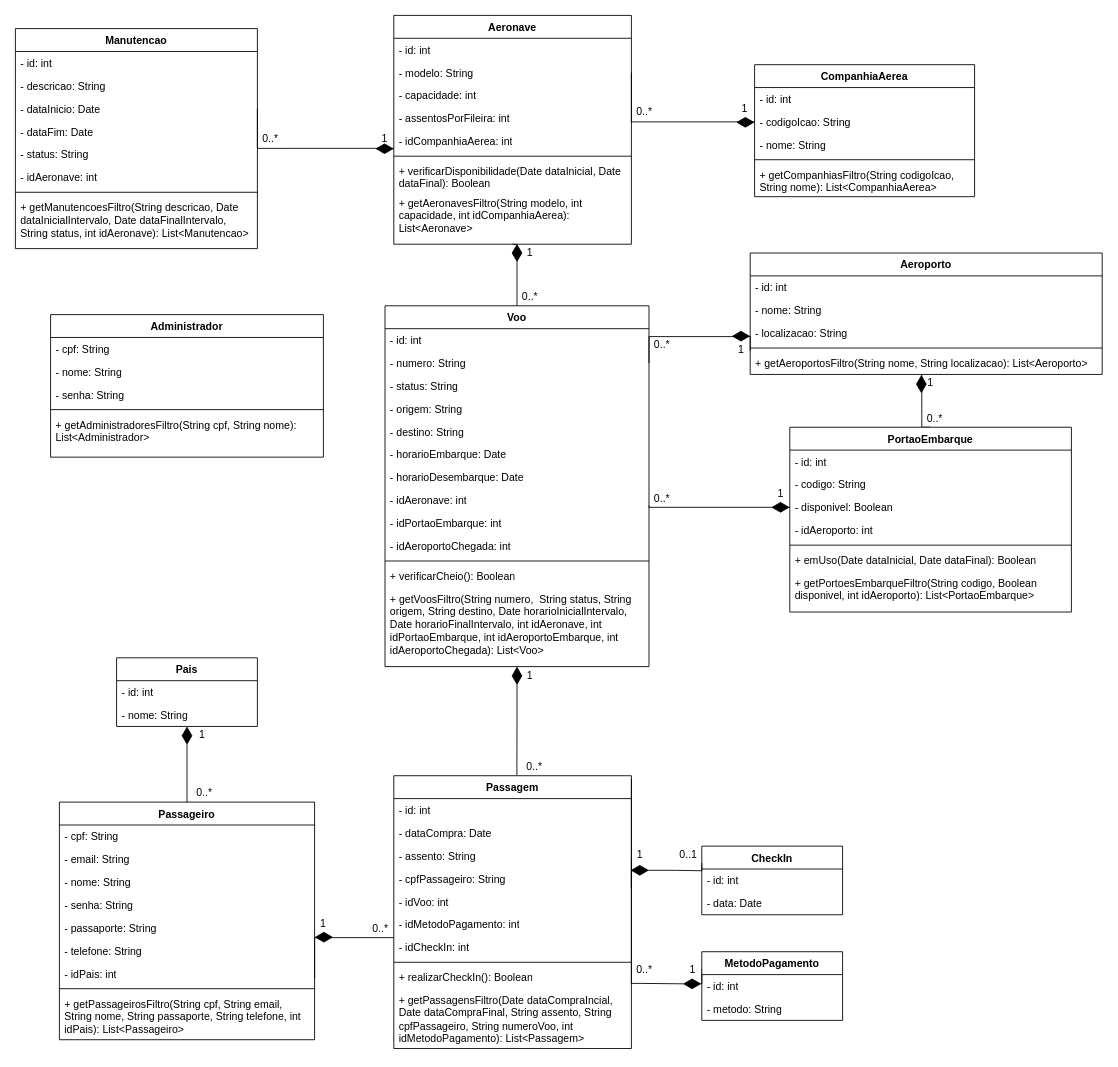
Above: Diagramas/Eng_de_Software/Modelos/Classes.drawio in GabrielGMori/trabalho-conclus-o-ano (draw.io), before the change. Source tidied: cells renumbered, new cells numbered last; positions are measured from the earlier drawing's top-left corner, leaving out a move shared by most shapes. Both pictures are drawn from the tidied source at 88%, with x=0, y=0 at pixel (15, 15).
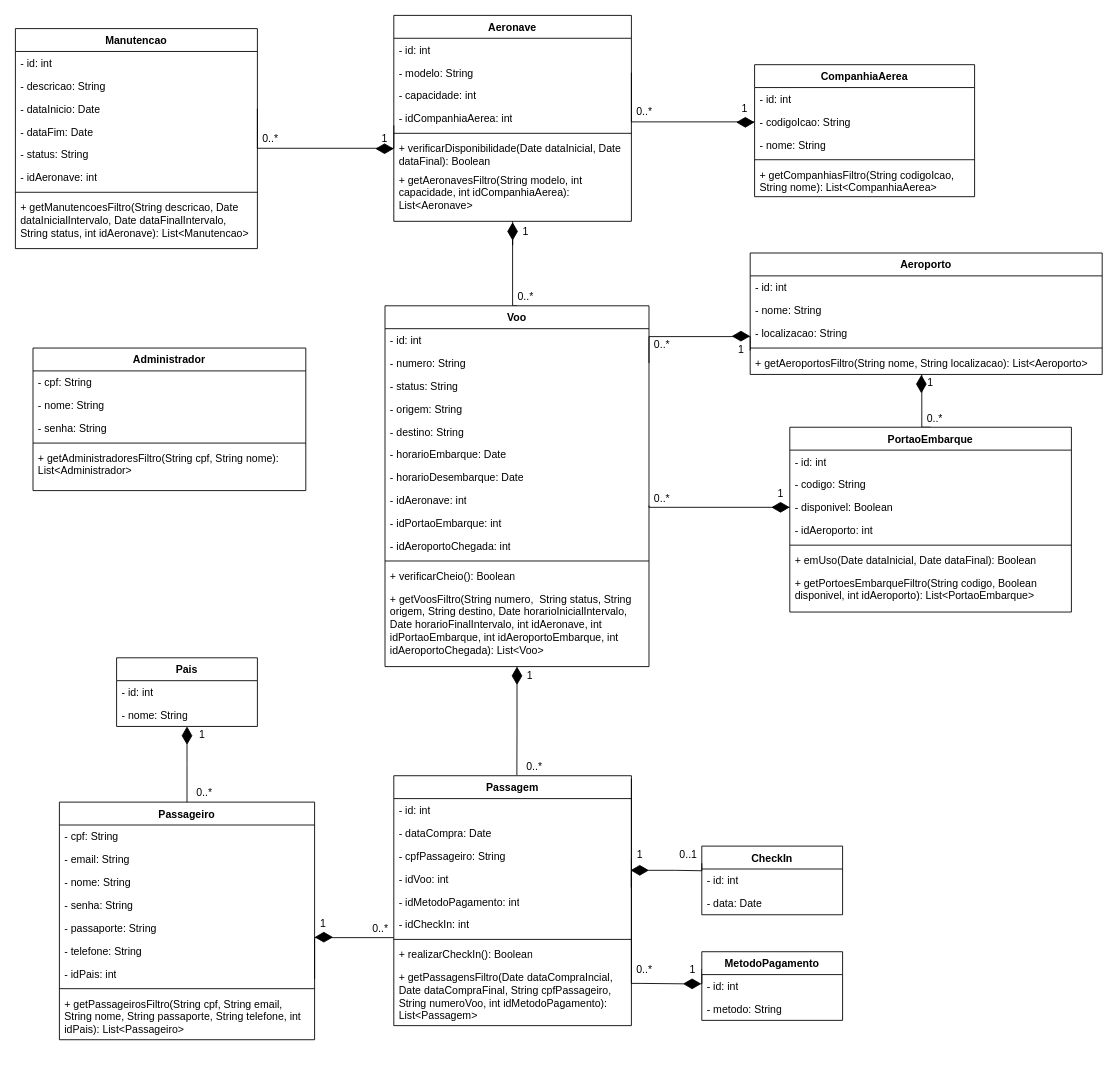
After the change.

The change refers to these unchanged cells:
```xml
<mxCell id="29" value="Voo" style="swimlane;fontStyle=1;align=center;verticalAlign=top;horizontal=1;startSize=26;whiteSpace=wrap;html=1;" parent="1" vertex="1">
  <mxGeometry x="420" y="330" width="300" height="410" as="geometry" />
</mxCell>
```

Diff of the diagram source:
```diff
@@
     <mxCell id="11" style="edgeStyle=orthogonalEdgeStyle;rounded=0;jettySize=auto;html=1;entryX=0.5;entryY=0;entryDx=0;entryDy=0;endArrow=none;endFill=0;startArrow=none;" parent="1" edge="1" source="140" target="29">
-      <mxGeometry relative="1" as="geometry" />
+      <mxGeometry relative="1" as="geometry">
+        <Array as="points">
+          <mxPoint x="565" y="330" />
+        </Array>
+      </mxGeometry>
     </mxCell>
     <mxCell id="12" value="Aeronave" style="swimlane;fontStyle=1;align=center;verticalAlign=top;horizontal=1;startSize=26;whiteSpace=wrap;html=1;" parent="1" vertex="1">
-      <mxGeometry x="430" width="270" height="260" as="geometry" />
+      <mxGeometry x="430" width="270" height="234" as="geometry" />
     </mxCell>
@@
-    <mxCell id="16" value="- assentosPorFileira: int" style="text;strokeColor=none;fillColor=none;align=left;verticalAlign=top;spacingLeft=4;spacingRight=4;overflow=hidden;whiteSpace=wrap;html=1;" parent="12" vertex="1">
-      <mxGeometry y="104" width="270" height="26" as="geometry" />
-    </mxCell>
     <mxCell id="17" value="- idCompanhiaAerea: int" style="text;strokeColor=none;fillColor=none;align=left;verticalAlign=top;spacingLeft=4;spacingRight=4;overflow=hidden;points=[[0,0.5],[1,0.5]];portConstraint=eastwest;whiteSpace=wrap;html=1;" parent="12" vertex="1">
-      <mxGeometry y="130" width="270" height="26" as="geometry" />
+      <mxGeometry y="104" width="270" height="26" as="geometry" />
     </mxCell>
     <mxCell id="18" style="line;strokeWidth=1;fillColor=none;align=left;verticalAlign=middle;spacingTop=-1;spacingLeft=3;spacingRight=3;labelPosition=right;strokeColor=inherit;" parent="12" vertex="1">
-      <mxGeometry y="156" width="270" height="8" as="geometry" />
+      <mxGeometry y="130" width="270" height="8" as="geometry" />
     </mxCell>
     <mxCell id="19" value="+ verificarDisponibilidade(Date dataInicial, Date dataFinal): Boolean" style="text;strokeColor=none;fillColor=none;align=left;verticalAlign=top;spacingLeft=4;spacingRight=4;overflow=hidden;whiteSpace=wrap;html=1;" parent="12" vertex="1">
-      <mxGeometry y="164" width="270" height="36" as="geometry" />
+      <mxGeometry y="138" width="270" height="36" as="geometry" />
     </mxCell>
     <mxCell id="20" value="&lt;div&gt;+ &lt;font&gt;getA&lt;/font&gt;&lt;font&gt;eronavesFiltro&lt;/font&gt;(String modelo, int capacidade, int idCompanhiaAerea): List&amp;lt;Aeronave&amp;gt;&lt;/div&gt;" style="text;strokeColor=none;fillColor=none;align=left;verticalAlign=top;spacingLeft=4;spacingRight=4;overflow=hidden;whiteSpace=wrap;html=1;" parent="12" vertex="1">
-      <mxGeometry y="200" width="270" height="60" as="geometry" />
+      <mxGeometry y="174" width="270" height="60" as="geometry" />
     </mxCell>
@@
     <mxCell id="59" value="Passagem" style="swimlane;fontStyle=1;align=center;verticalAlign=top;horizontal=1;startSize=26;whiteSpace=wrap;html=1;" parent="1" vertex="1">
-      <mxGeometry x="430" y="864" width="270" height="310" as="geometry" />
+      <mxGeometry x="430" y="864" width="270" height="284" as="geometry" />
     </mxCell>
@@
-    <mxCell id="62" value="- assento: String" style="text;strokeColor=none;fillColor=none;align=left;verticalAlign=top;spacingLeft=4;spacingRight=4;overflow=hidden;whiteSpace=wrap;html=1;" parent="59" vertex="1">
-      <mxGeometry y="78" width="270" height="26" as="geometry" />
-    </mxCell>
     <mxCell id="63" value="- cpfPassageiro: String" style="text;strokeColor=none;fillColor=none;align=left;verticalAlign=top;spacingLeft=4;spacingRight=4;overflow=hidden;whiteSpace=wrap;html=1;" parent="59" vertex="1">
-      <mxGeometry y="104" width="270" height="26" as="geometry" />
+      <mxGeometry y="78" width="270" height="26" as="geometry" />
     </mxCell>
     <mxCell id="64" value="- idVoo: int" style="text;strokeColor=none;fillColor=none;align=left;verticalAlign=top;spacingLeft=4;spacingRight=4;overflow=hidden;whiteSpace=wrap;html=1;" parent="59" vertex="1">
-      <mxGeometry y="130" width="270" height="26" as="geometry" />
+      <mxGeometry y="104" width="270" height="26" as="geometry" />
     </mxCell>
     <mxCell id="65" value="- idMetodoPagamento: int" style="text;strokeColor=none;fillColor=none;align=left;verticalAlign=top;spacingLeft=4;spacingRight=4;overflow=hidden;whiteSpace=wrap;html=1;" parent="59" vertex="1">
-      <mxGeometry y="156" width="270" height="26" as="geometry" />
+      <mxGeometry y="130" width="270" height="26" as="geometry" />
     </mxCell>
     <mxCell id="66" value="- idCheckIn: int" style="text;strokeColor=none;fillColor=none;align=left;verticalAlign=top;spacingLeft=4;spacingRight=4;overflow=hidden;whiteSpace=wrap;html=1;" parent="59" vertex="1">
-      <mxGeometry y="182" width="270" height="26" as="geometry" />
+      <mxGeometry y="156" width="270" height="26" as="geometry" />
     </mxCell>
     <mxCell id="67" style="line;strokeWidth=1;fillColor=none;align=left;verticalAlign=middle;spacingTop=-1;spacingLeft=3;spacingRight=3;labelPosition=right;strokeColor=inherit;" parent="59" vertex="1">
-      <mxGeometry y="208" width="270" height="8" as="geometry" />
+      <mxGeometry y="182" width="270" height="8" as="geometry" />
     </mxCell>
     <mxCell id="68" value="+ realizarCheckIn(): Boolean" style="text;strokeColor=none;fillColor=none;align=left;verticalAlign=top;spacingLeft=4;spacingRight=4;overflow=hidden;whiteSpace=wrap;html=1;" parent="59" vertex="1">
-      <mxGeometry y="216" width="270" height="26" as="geometry" />
+      <mxGeometry y="190" width="270" height="26" as="geometry" />
     </mxCell>
-    <mxCell id="69" value="+ getPassagensFiltro(Date dataCompraIncial,&amp;nbsp;&amp;nbsp; Date dataCompraFinal, String assento, String cpfPassageiro, String numeroVoo, int idMetodoPagamento): List&amp;lt;Passagem&amp;gt;" style="text;strokeColor=none;fillColor=none;align=left;verticalAlign=top;spacingLeft=4;spacingRight=4;overflow=hidden;whiteSpace=wrap;html=1;" parent="59" vertex="1">
-      <mxGeometry y="242" width="270" height="68" as="geometry" />
+    <mxCell id="69" value="+ getPassagensFiltro(Date dataCompraIncial,&amp;nbsp;&amp;nbsp; Date dataCompraFinal, String cpfPassageiro, String numeroVoo, int idMetodoPagamento): List&amp;lt;Passagem&amp;gt;" style="text;strokeColor=none;fillColor=none;align=left;verticalAlign=top;spacingLeft=4;spacingRight=4;overflow=hidden;whiteSpace=wrap;html=1;" parent="59" vertex="1">
+      <mxGeometry y="216" width="270" height="68" as="geometry" />
     </mxCell>
@@
     <mxCell id="76" value="Administrador" style="swimlane;fontStyle=1;align=center;verticalAlign=top;horizontal=1;startSize=26;whiteSpace=wrap;html=1;" parent="1" vertex="1">
-      <mxGeometry x="40" y="340" width="310" height="162" as="geometry" />
+      <mxGeometry x="20" y="378" width="310" height="162" as="geometry" />
     </mxCell>
@@
     <mxCell id="105" value="1" style="text;html=1;align=center;verticalAlign=middle;whiteSpace=wrap;rounded=0;" parent="1" vertex="1">
-      <mxGeometry x="575" y="260" width="20" height="20" as="geometry" />
+      <mxGeometry x="570" y="235.5" width="20" height="20" as="geometry" />
     </mxCell>
@@
     <mxCell id="107" value="0..*" style="text;html=1;align=center;verticalAlign=middle;whiteSpace=wrap;rounded=0;" parent="1" vertex="1">
-      <mxGeometry x="570" y="310" width="30" height="20" as="geometry" />
+      <mxGeometry x="565" y="310" width="30" height="20" as="geometry" />
     </mxCell>
@@
     <mxCell id="140" style="rhombus;whiteSpace=wrap;html=1;fillColor=#000000;rotation=-90;" parent="1" vertex="1">
-      <mxGeometry x="560.5" y="264.5" width="19" height="11" as="geometry" />
+      <mxGeometry x="555.5" y="240" width="19" height="11" as="geometry" />
     </mxCell>
```
